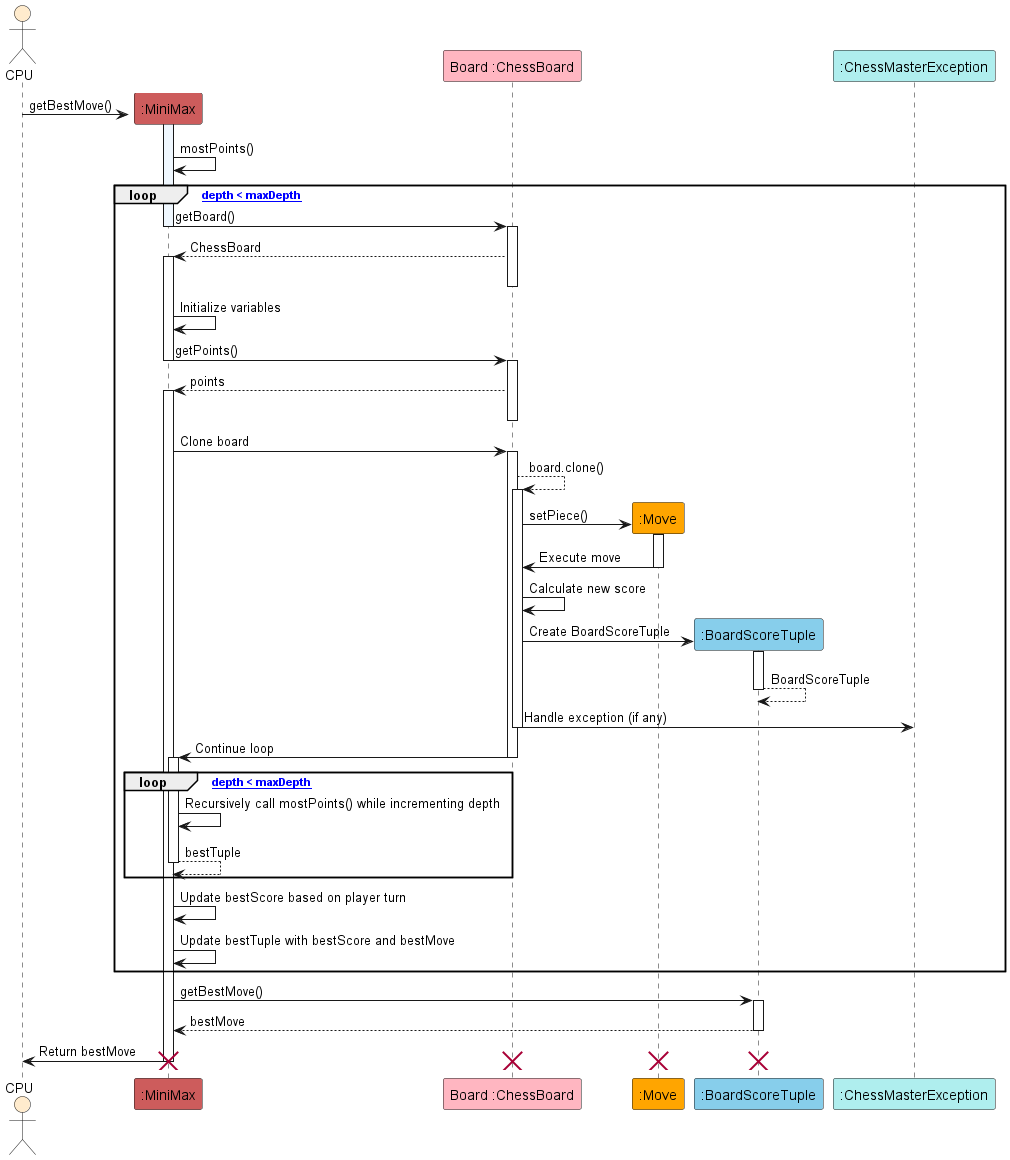
Above: docs/images/MiniMaxSequenceDiagram.png in onx001/tp (PlantUML), before the change.
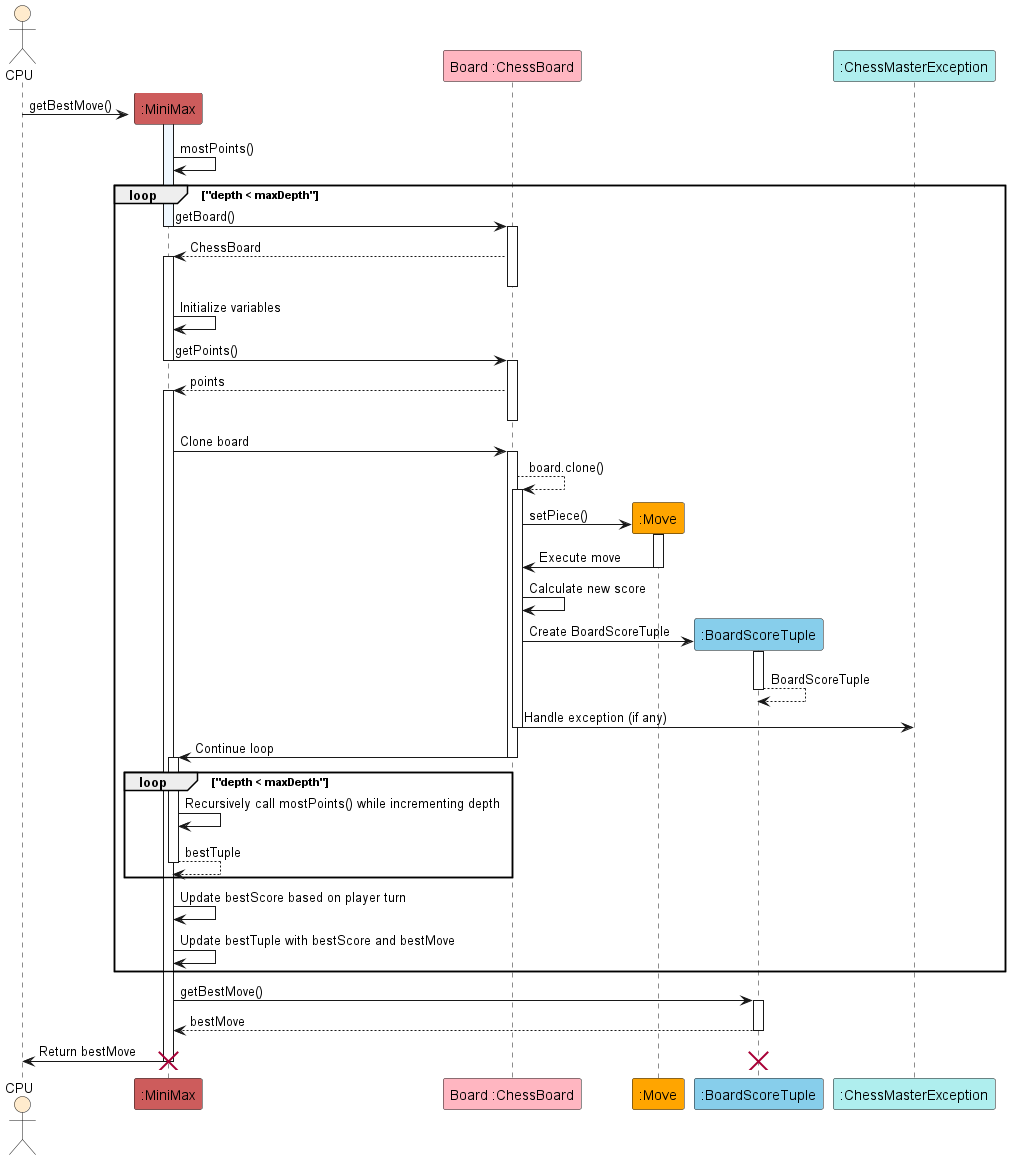
After the change.

The edit, as a diff of the source:
```diff
@@ -14,7 +14,7 @@
 
 MM -> MM : mostPoints()
 
-loop ["depth < maxDepth"]
+loop "depth < maxDepth"
 
     MM -> CB : getBoard()
     deactivate MM
@@ -49,7 +49,7 @@
     deactivate CB
     CB -> MM : Continue loop
     deactivate CB
-    loop ["depth < maxDepth"]
+    loop "depth < maxDepth"
         activate MM
         MM -> MM : Recursively call mostPoints() while incrementing depth
         MM --> MM : bestTuple
@@ -68,8 +68,6 @@
 MM -> user : Return bestMove
 deactivate MM
 destroy MM
-destroy CB
-destroy M
 destroy BST
 
 @enduml
```
